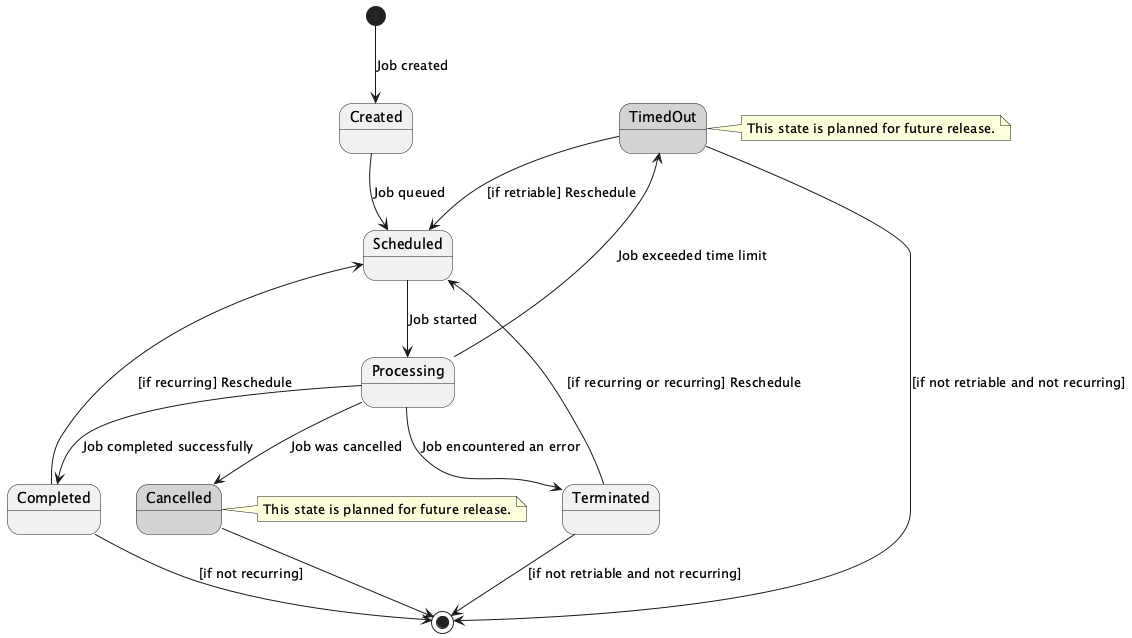
Earlier version of the PlantUML export doc/img/job-state.png (cybergarage/go-job).
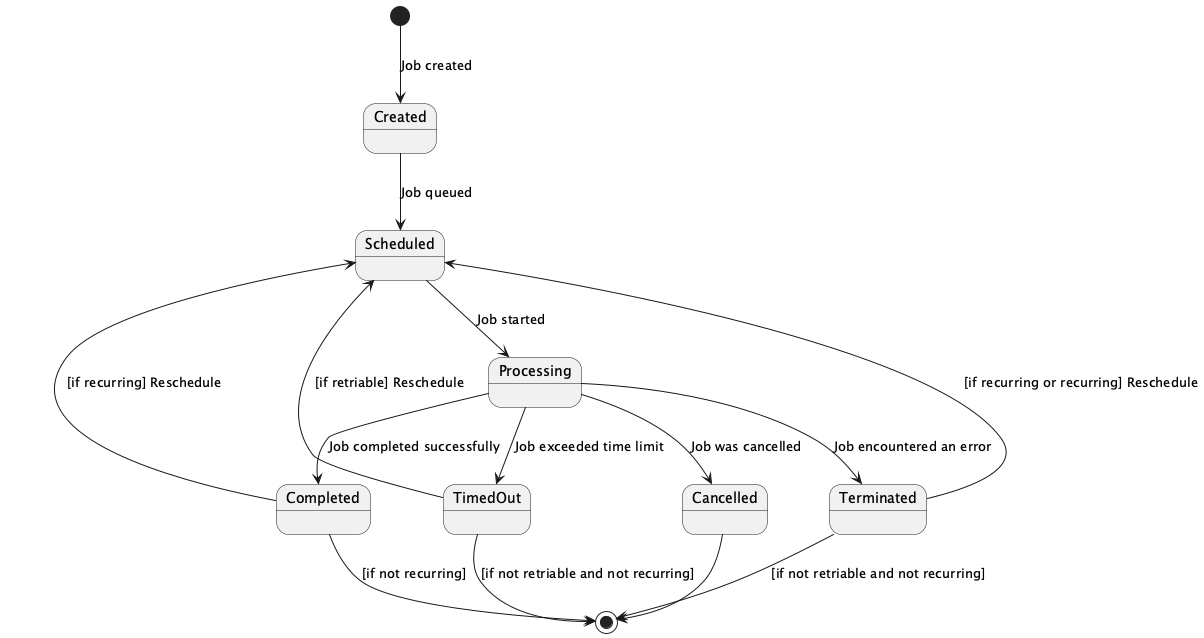
Later version of the same file.

The edit, as a diff of the source:
```diff
@@ -1,15 +1,5 @@
 @startuml
 [*] --> Created : Job created
-
-state Cancelled #LightGray
-note right of Cancelled
-  This state is planned for future release.
-end note
-
-state TimedOut #LightGray
-note right of TimedOut
-  This state is planned for future release.
-end note
 
 Created --> Scheduled : Job queued
 Scheduled --> Processing : Job started
```
